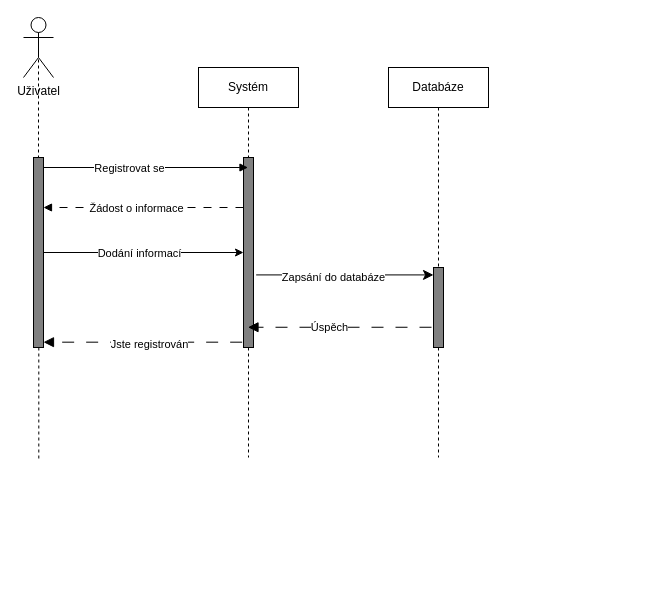
Above: page "Regidter" (1 of 11) of IUS/IUS_projekt/Sequence.drawio in dan1235689/Diagrams (draw.io), before the change. Source tidied: cells renumbered, new cells numbered last; positions are measured from the earlier drawing's top-left corner, leaving out a move shared by most shapes. Both pictures are drawn from the tidied source at 100%, with x=0, y=0 at pixel (23, 17).
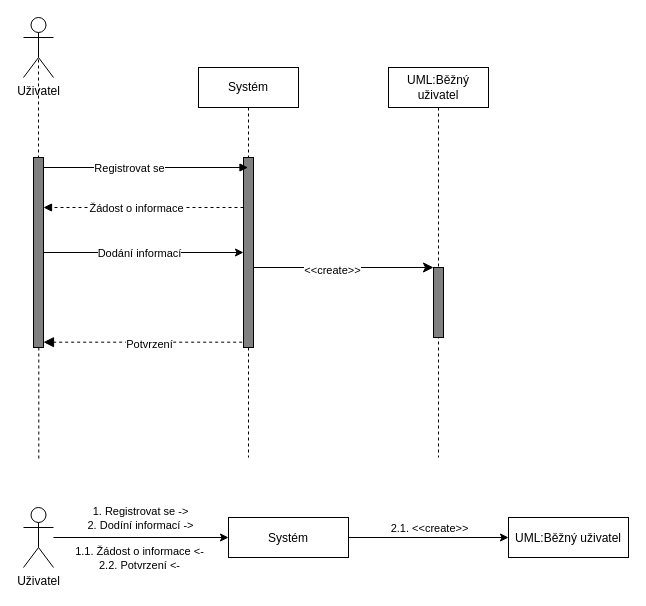
Above is the later version.

The change refers to these unchanged cells:
```xml
<mxCell id="2" value="Systém" style="shape=umlLifeline;perimeter=lifelinePerimeter;whiteSpace=wrap;html=1;outlineConnect=0;" parent="1" vertex="1">
  <mxGeometry x="175" y="50" width="100" height="390" as="geometry" />
</mxCell>
<mxCell id="3" style="html=1;points=[];perimeter=orthogonalPerimeter;fillColor=#808080;" parent="2" vertex="1">
  <mxGeometry x="45" y="90" width="10" height="190" as="geometry" />
</mxCell>
<mxCell id="9" style="html=1;points=[];perimeter=orthogonalPerimeter;fillColor=#808080;" parent="1" vertex="1">
  <mxGeometry x="10" y="140" width="10" height="190" as="geometry" />
</mxCell>
```

What changed in the source:
```diff
@@
-    <mxCell id="12" style="html=1;verticalAlign=bottom;labelBackgroundColor=none;endArrow=block;endFill=1;dashed=1;dashPattern=8 8;" parent="1" edge="1" source="3" target="9">
+    <mxCell id="12" style="html=1;verticalAlign=bottom;labelBackgroundColor=none;endArrow=block;endFill=1;dashed=1;" parent="1" edge="1" source="3" target="9">
       <mxGeometry relative="1" as="geometry">
         <Array as="points">
           <mxPoint x="115" y="190" />
         </Array>
       </mxGeometry>
     </mxCell>
@@
-    <mxCell id="14" value="Databáze" style="shape=umlLifeline;perimeter=lifelinePerimeter;whiteSpace=wrap;html=1;" parent="1" vertex="1">
+    <mxCell id="14" value="&lt;span style=&quot;&quot;&gt;UML:Běžný uživatel&lt;/span&gt;" style="shape=umlLifeline;perimeter=lifelinePerimeter;whiteSpace=wrap;html=1;" parent="1" vertex="1">
       <mxGeometry x="365" y="50" width="100" height="390" as="geometry" />
     </mxCell>
     <mxCell id="15" style="html=1;points=[];perimeter=orthogonalPerimeter;fillColor=#808080;" parent="14" vertex="1">
-      <mxGeometry x="45" y="200" width="10" height="80" as="geometry" />
+      <mxGeometry x="45" y="200" width="10" height="70" as="geometry" />
     </mxCell>
-    <mxCell id="16" style="endArrow=classic;startArrow=none;endFill=1;startFill=0;endSize=8;html=1;verticalAlign=bottom;labelBackgroundColor=none;exitX=1.267;exitY=0.618;exitDx=0;exitDy=0;exitPerimeter=0;" parent="1" edge="1" source="3" target="15">
+    <mxCell id="16" style="endArrow=classic;startArrow=none;endFill=1;startFill=0;endSize=8;html=1;verticalAlign=bottom;labelBackgroundColor=none;" parent="1" edge="1" source="3" target="15">
       <mxGeometry relative="1" as="geometry" />
     </mxCell>
-    <mxCell id="17" value="Zapsání do databáze" style="edgeLabel;html=1;align=center;verticalAlign=middle;" parent="16" vertex="1">
+    <mxCell id="17" value="&amp;lt;&amp;lt;create&amp;gt;&amp;gt;" style="edgeLabel;html=1;align=center;verticalAlign=middle;" parent="16" vertex="1">
       <mxGeometry x="-0.13" y="-2" relative="1" as="geometry" />
     </mxCell>
-    <mxCell id="18" style="endArrow=block;startArrow=none;endFill=1;startFill=0;endSize=8;html=1;verticalAlign=bottom;dashed=1;labelBackgroundColor=none;exitX=-0.2;exitY=0.747;exitDx=0;exitDy=0;exitPerimeter=0;dashPattern=12 12;" parent="1" edge="1" source="15" target="2">
-      <mxGeometry relative="1" as="geometry" />
-    </mxCell>
-    <mxCell id="19" value="Úspěch" style="edgeLabel;html=1;align=center;verticalAlign=middle;" parent="18" vertex="1">
-      <mxGeometry x="0.12" relative="1" as="geometry" />
-    </mxCell>
-    <mxCell id="20" style="endArrow=block;startArrow=none;endFill=1;startFill=0;endSize=8;html=1;verticalAlign=bottom;dashed=1;labelBackgroundColor=none;exitX=-0.133;exitY=0.972;exitDx=0;exitDy=0;exitPerimeter=0;dashPattern=12 12;" parent="1" edge="1" source="3" target="9">
+    <mxCell id="20" style="endArrow=block;startArrow=none;endFill=1;startFill=0;endSize=8;html=1;verticalAlign=bottom;dashed=1;labelBackgroundColor=none;exitX=-0.133;exitY=0.972;exitDx=0;exitDy=0;exitPerimeter=0;" parent="1" edge="1" source="3" target="9">
       <mxGeometry relative="1" as="geometry" />
     </mxCell>
-    <mxCell id="21" value="Jste registrován" style="edgeLabel;html=1;align=center;verticalAlign=middle;" parent="20" vertex="1">
+    <mxCell id="21" value="Potvrzení" style="edgeLabel;html=1;align=center;verticalAlign=middle;" parent="20" vertex="1">
       <mxGeometry x="0.13" y="2" relative="1" as="geometry">
         <mxPoint x="19" as="offset" />
       </mxGeometry>
     </mxCell>
@@
+    <mxCell id="23" style="edgeStyle=none;html=1;exitX=1;exitY=0.5;exitDx=0;exitDy=0;startArrow=none;startFill=0;endArrow=classic;endFill=1;" parent="1" edge="1" source="25" target="26">
+      <mxGeometry relative="1" as="geometry" />
+    </mxCell>
+    <mxCell id="24" value="2.1. &amp;lt;&amp;lt;create&amp;gt;&amp;gt;" style="edgeLabel;html=1;align=center;verticalAlign=middle;" parent="23" vertex="1">
+      <mxGeometry x="-0.35" y="-1" relative="1" as="geometry">
+        <mxPoint x="28" y="-11" as="offset" />
+      </mxGeometry>
+    </mxCell>
+    <mxCell id="25" value="Systém" style="fontStyle=0;" parent="1" vertex="1">
+      <mxGeometry x="205" y="500" width="120" height="40" as="geometry" />
+    </mxCell>
+    <mxCell id="26" value="UML:Běžný uživatel" style="fontStyle=0;" parent="1" vertex="1">
+      <mxGeometry x="485" y="500" width="120" height="40" as="geometry" />
+    </mxCell>
+    <mxCell id="27" style="edgeStyle=none;html=1;" parent="1" edge="1" source="30" target="25">
+      <mxGeometry relative="1" as="geometry" />
+    </mxCell>
+    <mxCell id="28" value="1.1. Žádost o informace &amp;lt;-&lt;br&gt;2.2. Potvrzení &amp;lt;-" style="edgeLabel;html=1;align=center;verticalAlign=middle;" parent="27" vertex="1">
+      <mxGeometry x="-0.11" y="1" relative="1" as="geometry">
+        <mxPoint x="7" y="21" as="offset" />
+      </mxGeometry>
+    </mxCell>
+    <mxCell id="29" value="1. Registrovat se -&amp;gt;&lt;br&gt;2. Dodíní informací -&amp;gt;" style="edgeLabel;html=1;align=center;verticalAlign=middle;" parent="27" vertex="1">
+      <mxGeometry x="0.06" relative="1" as="geometry">
+        <mxPoint x="-7" y="-20" as="offset" />
+      </mxGeometry>
+    </mxCell>
+    <mxCell id="30" value="Uživatel" style="shape=umlActor;verticalLabelPosition=bottom;verticalAlign=top;html=1;" parent="1" vertex="1">
+      <mxGeometry y="490" width="30" height="60" as="geometry" />
+    </mxCell>
```
